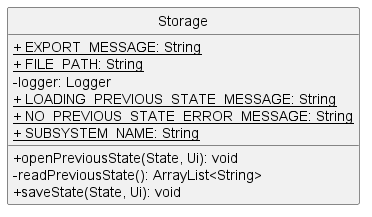
Earlier version of the PlantUML export docs/images/storageClass.png (nus-cs2113-AY2223S1/tp).
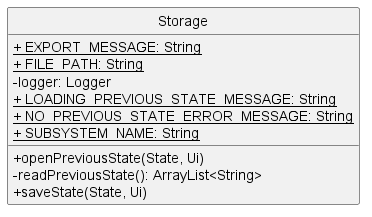
After the commit.

Commit message:
Fix storage uml

What changed in the source:
```diff
@@ -10,8 +10,8 @@
     <u>+ NO_PREVIOUS_STATE_ERROR_MESSAGE: String
     <u>+ SUBSYSTEM_NAME: String
 
-    + openPreviousState(State, Ui): void
+    + openPreviousState(State, Ui)
     - readPreviousState(): ArrayList<String>
-    + saveState(State, Ui): void
+    + saveState(State, Ui)
 }
 @enduml
```
